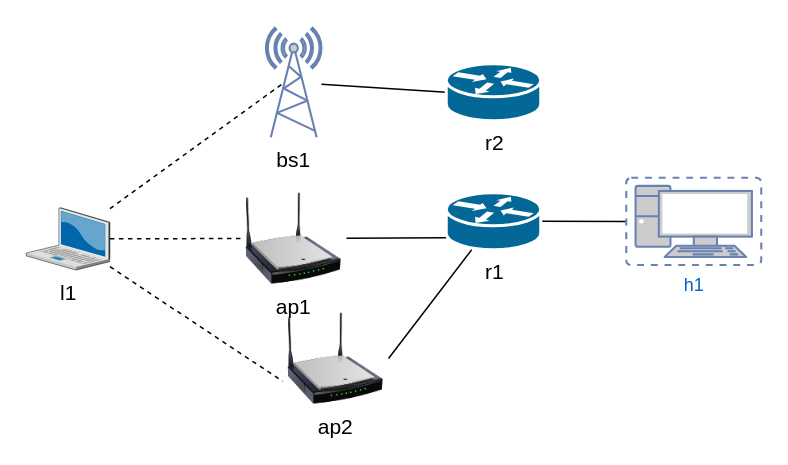
Above: page "功能验证_拓扑" (1 of 4) of 实验拓扑和结果.drawio in Icarus1994/neutron_conf (draw.io), before the change. Source tidied: cells renumbered, new cells numbered last; positions are measured from the earlier drawing's top-left corner, leaving out a move shared by most shapes. Both pictures are drawn from the tidied source at 150%, with x=0, y=0 at pixel (26, 27).
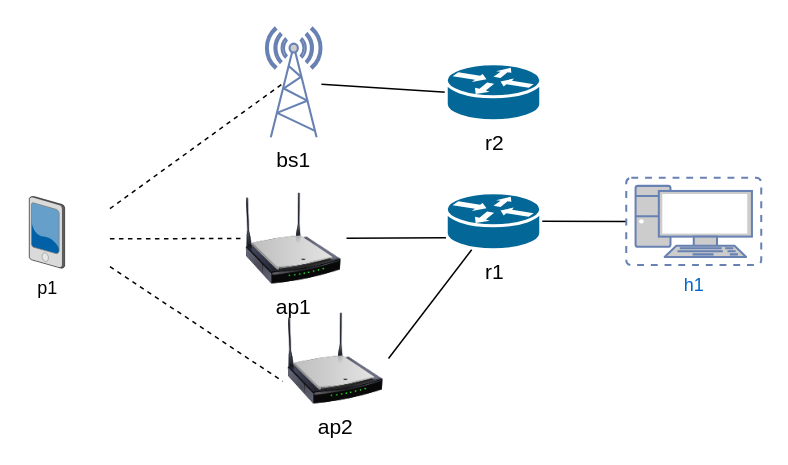
After the change.

What changed in the source:
```diff
@@
 <mxGraphModel>
   <root>
     <mxCell id="0" />
     <mxCell id="1" parent="0" />
     <mxCell id="2" style="edgeStyle=none;rounded=0;jettySize=auto;html=1;endArrow=none;endFill=0;entryX=0;entryY=0.789;entryDx=0;entryDy=0;entryPerimeter=0;" parent="1" edge="1" source="6" target="8">
       <mxGeometry relative="1" as="geometry" />
     </mxCell>
     <mxCell id="3" value="&lt;font style=&quot;font-size: 14px&quot; color=&quot;#000000&quot;&gt;bs1&lt;/font&gt;" style="fontColor=#0066CC;verticalAlign=top;verticalLabelPosition=bottom;labelPosition=center;align=center;html=1;outlineConnect=0;fillColor=#CCCCCC;strokeColor=#6881B3;gradientColor=none;gradientDirection=north;strokeWidth=2;shape=mxgraph.networks.radio_tower;" parent="1" vertex="1">
       <mxGeometry x="159.8" width="37" height="73" as="geometry" />
     </mxCell>
-    <mxCell id="4" value="&lt;font style=&quot;font-size: 14px&quot;&gt;l1&lt;/font&gt;" style="verticalLabelPosition=bottom;html=1;verticalAlign=top;strokeColor=none;align=center;outlineConnect=0;shape=mxgraph.citrix.laptop_2;" parent="1" vertex="1">
-      <mxGeometry y="120" width="55.8" height="41.6" as="geometry" />
-    </mxCell>
     <mxCell id="5" style="edgeStyle=none;rounded=0;jettySize=auto;html=1;endArrow=none;endFill=0;exitX=0;exitY=0.5;exitDx=0;exitDy=0;exitPerimeter=0;" parent="1" edge="1" source="15" target="3">
       <mxGeometry relative="1" as="geometry" />
     </mxCell>
     <mxCell id="6" value="&lt;font style=&quot;font-size: 14px&quot;&gt;ap1&lt;/font&gt;" style="image;html=1;labelBackgroundColor=#ffffff;image=img/lib/clip_art/networking/Wireless_Router_N_128x128.png;" parent="1" vertex="1">
       <mxGeometry x="143" y="110" width="70.5" height="61" as="geometry" />
     </mxCell>
     <mxCell id="7" style="rounded=0;jettySize=auto;html=1;entryX=0;entryY=0.5;entryDx=0;entryDy=0;entryPerimeter=0;strokeWidth=1;endArrow=none;endFill=0;exitX=1;exitY=0.5;exitDx=0;exitDy=0;exitPerimeter=0;" parent="1" edge="1" source="8" target="9">
       <mxGeometry relative="1" as="geometry" />
     </mxCell>
     <mxCell id="8" value="&lt;span style=&quot;font-size: 14px&quot;&gt;r1&lt;/span&gt;" style="shape=mxgraph.cisco.routers.router;html=1;dashed=0;fillColor=#036897;strokeColor=#ffffff;strokeWidth=2;verticalLabelPosition=bottom;verticalAlign=top;" parent="1" vertex="1">
       <mxGeometry x="280" y="110" width="63" height="38" as="geometry" />
     </mxCell>
     <mxCell id="9" value="h1" style="fontColor=#0066CC;verticalAlign=top;verticalLabelPosition=bottom;labelPosition=center;align=center;html=1;outlineConnect=0;fillColor=#CCCCCC;strokeColor=#6881B3;gradientColor=none;gradientDirection=north;strokeWidth=2;shape=mxgraph.networks.virtual_pc;" parent="1" vertex="1">
       <mxGeometry x="400" y="100" width="90" height="58.2" as="geometry" />
     </mxCell>
-    <mxCell id="10" style="endArrow=none;html=1;entryX=0.33;entryY=0.5;entryDx=0;entryDy=0;entryPerimeter=0;dashed=1;" parent="1" edge="1" source="4" target="3">
-      <mxGeometry relative="1" as="geometry" />
+    <mxCell id="10" style="endArrow=none;html=1;entryX=0.33;entryY=0.5;entryDx=0;entryDy=0;entryPerimeter=0;dashed=1;" parent="1" edge="1" target="3">
+      <mxGeometry relative="1" as="geometry">
+        <mxPoint x="55.8" y="120.6" as="sourcePoint" />
+      </mxGeometry>
     </mxCell>
-    <mxCell id="11" style="endArrow=none;html=1;entryX=0;entryY=0.5;entryDx=0;entryDy=0;dashed=1;" parent="1" edge="1" source="4" target="6">
-      <mxGeometry relative="1" as="geometry" />
+    <mxCell id="11" style="endArrow=none;html=1;entryX=0;entryY=0.5;entryDx=0;entryDy=0;dashed=1;" parent="1" edge="1" target="6">
+      <mxGeometry relative="1" as="geometry">
+        <mxPoint x="55.8" y="140.7" as="sourcePoint" />
+      </mxGeometry>
     </mxCell>
     <mxCell id="12" value="&lt;font style=&quot;font-size: 14px&quot;&gt;ap2&lt;/font&gt;" style="image;html=1;labelBackgroundColor=#ffffff;image=img/lib/clip_art/networking/Wireless_Router_N_128x128.png;" parent="1" vertex="1">
       <mxGeometry x="171" y="190" width="70.5" height="61" as="geometry" />
     </mxCell>
-    <mxCell id="13" style="endArrow=none;html=1;dashed=1;entryX=0;entryY=0.75;entryDx=0;entryDy=0;" parent="1" edge="1" source="4" target="12">
-      <mxGeometry relative="1" as="geometry" />
+    <mxCell id="13" style="endArrow=none;html=1;dashed=1;entryX=0;entryY=0.75;entryDx=0;entryDy=0;" parent="1" edge="1" target="12">
+      <mxGeometry relative="1" as="geometry">
+        <mxPoint x="55.8" y="159.3" as="sourcePoint" />
+      </mxGeometry>
     </mxCell>
     <mxCell id="14" style="endArrow=none;html=1;exitX=1;exitY=0.5;exitDx=0;exitDy=0;" parent="1" edge="1" source="12" target="8">
       <mxGeometry relative="1" as="geometry" />
     </mxCell>
     <mxCell id="15" value="&lt;span style=&quot;font-size: 14px&quot;&gt;r2&lt;/span&gt;" style="shape=mxgraph.cisco.routers.router;html=1;dashed=0;fillColor=#036897;strokeColor=#ffffff;strokeWidth=2;verticalLabelPosition=bottom;verticalAlign=top;" parent="1" vertex="1">
       <mxGeometry x="280" y="24" width="63" height="38" as="geometry" />
     </mxCell>
+    <mxCell id="16" value="p1" style="verticalLabelPosition=bottom;html=1;verticalAlign=top;strokeColor=none;align=center;shape=mxgraph.citrix.pda;" parent="1" vertex="1">
+      <mxGeometry x="2" y="112.4" width="23.6" height="48" as="geometry" />
+    </mxCell>
   </root>
 </mxGraphModel>
```
